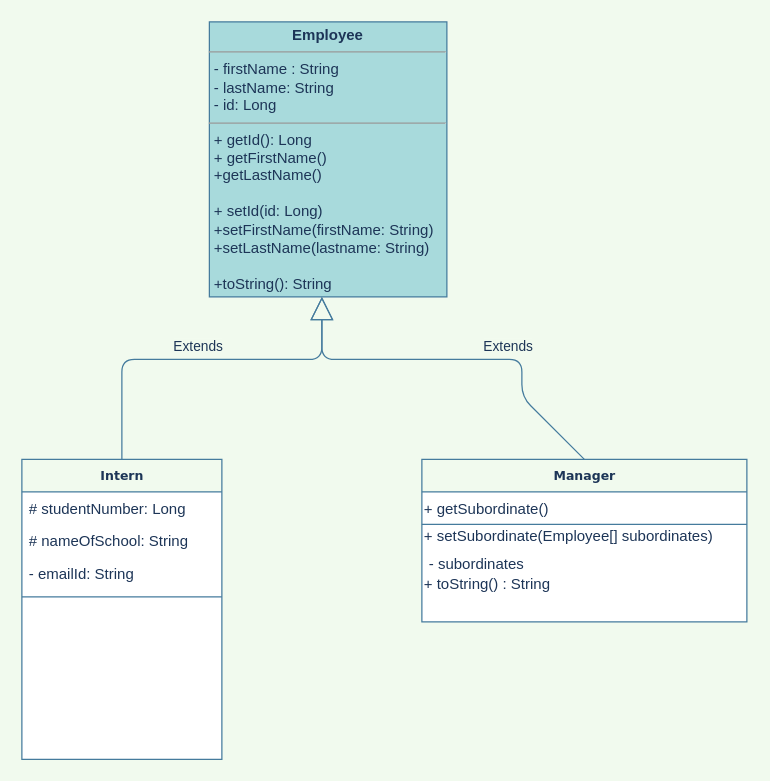
Before: classDiagram.drawio in SilvinPradhan/CMPS415, a draw.io diagram. Source tidied: cells renumbered, new cells numbered last; positions are measured from the earlier drawing's top-left corner, leaving out a move shared by most shapes. Both pictures are drawn from the tidied source at 125%, with x=0, y=0 at pixel (21, 21).
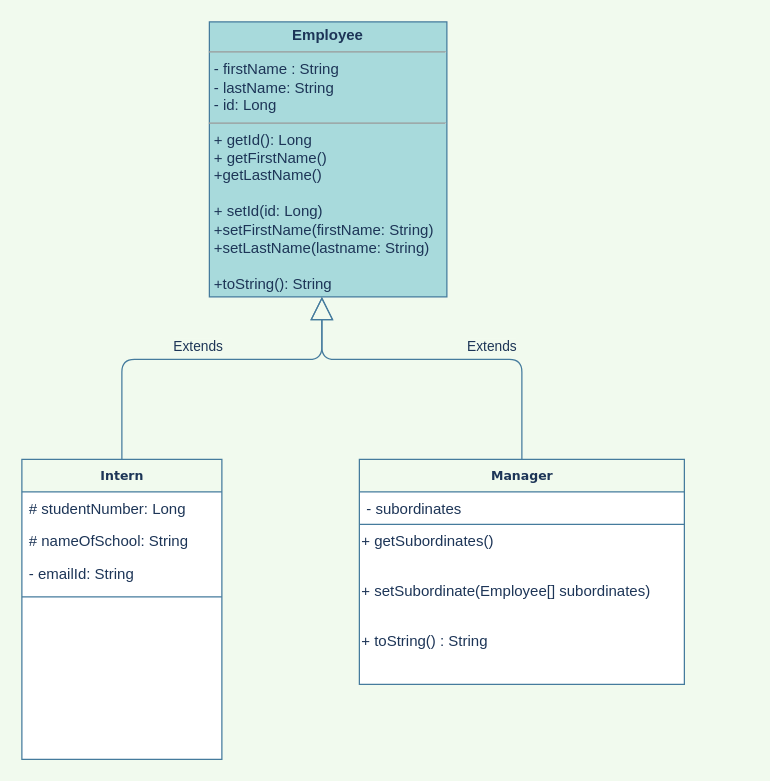
The same page after the edit.

Change to the diagram source:
```diff
@@
     <mxCell id="3" value="&lt;b&gt;Manager&lt;/b&gt;" style="swimlane;html=1;fontStyle=0;horizontal=1;startSize=26;fillColor=none;swimlaneFillColor=#ffffff;rounded=0;shadow=0;comic=0;labelBackgroundColor=none;strokeWidth=1;fontFamily=Verdana;fontSize=10;align=center;strokeColor=#457B9D;fontColor=#1D3557;" parent="1" vertex="1">
-      <mxGeometry x="320" y="350" width="260" height="130" as="geometry" />
+      <mxGeometry x="270" y="350" width="260" height="180" as="geometry" />
     </mxCell>
@@
+    <mxCell id="7" value="- subordinates" style="text;html=1;strokeColor=none;fillColor=none;align=left;verticalAlign=top;spacingLeft=4;spacingRight=4;whiteSpace=wrap;overflow=hidden;fontColor=#1D3557;" parent="3" vertex="1">
+      <mxGeometry y="26" width="260" height="20" as="geometry" />
+    </mxCell>
-    <mxCell id="5" value="+ getSubordinate()" style="text;html=1;strokeColor=none;fillColor=none;align=left;verticalAlign=middle;whiteSpace=wrap;rounded=0;sketch=0;fontColor=#1D3557;" parent="3" vertex="1">
-      <mxGeometry y="26" width="260" height="28" as="geometry" />
+    <mxCell id="5" value="+ getSubordinates()" style="text;html=1;strokeColor=none;fillColor=none;align=left;verticalAlign=middle;whiteSpace=wrap;rounded=0;sketch=0;fontColor=#1D3557;" parent="3" vertex="1">
+      <mxGeometry y="46" width="260" height="40" as="geometry" />
     </mxCell>
     <mxCell id="6" value="+ setSubordinate(Employee[] subordinates)" style="text;html=1;strokeColor=none;fillColor=none;align=left;verticalAlign=middle;whiteSpace=wrap;rounded=0;sketch=0;fontColor=#1D3557;" parent="3" vertex="1">
-      <mxGeometry y="54" width="260" height="16" as="geometry" />
+      <mxGeometry y="86" width="260" height="40" as="geometry" />
     </mxCell>
-    <mxCell id="7" value="- subordinates" style="text;html=1;strokeColor=none;fillColor=none;align=left;verticalAlign=top;spacingLeft=4;spacingRight=4;whiteSpace=wrap;overflow=hidden;fontColor=#1D3557;" parent="3" vertex="1">
-      <mxGeometry y="70" width="260" height="20" as="geometry" />
-    </mxCell>
     <mxCell id="8" value="+ toString() : String" style="text;html=1;strokeColor=none;fillColor=none;align=left;verticalAlign=middle;whiteSpace=wrap;rounded=0;sketch=0;fontColor=#1D3557;" parent="3" vertex="1">
-      <mxGeometry y="90" width="260" height="20" as="geometry" />
+      <mxGeometry y="126" width="260" height="40" as="geometry" />
     </mxCell>
```
